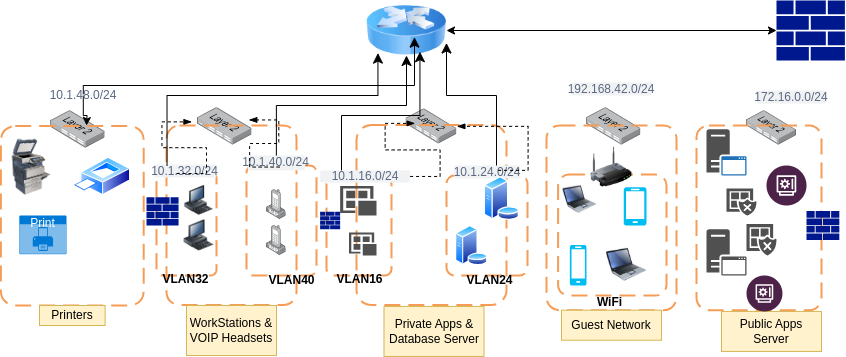
MwarumbaH-5523/Secured_Networks_Topology keeps this draw.io diagram as secured_network_topology.drawio.png. Above is the earlier version. Source tidied: cells renumbered, new cells last; positions are measured from the earlier drawing's top-left corner, leaving out a move shared by most shapes.
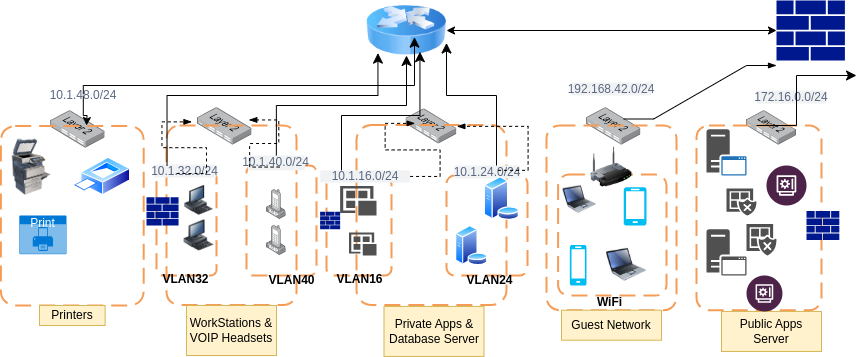
Later version of the same file.

The edit, as a diff of the source:
```diff
@@ -248,5 +248,24 @@
         <mxPoint x="497.6" y="169.8" as="sourcePoint" />
       </mxGeometry>
     </mxCell>
+    <mxCell id="72" style="edgeStyle=entityRelationEdgeStyle;fontSize=12;html=1;endArrow=blockThin;endFill=1;startArrow=none;rounded=0;startFill=0;" parent="1" edge="1">
+      <mxGeometry relative="1" as="geometry">
+        <mxPoint x="623.2" y="118.5" as="sourcePoint" />
+        <mxPoint x="776" y="65" as="targetPoint" />
+        <Array as="points">
+          <mxPoint x="676" y="119" />
+          <mxPoint x="653.2" y="88.5" />
+        </Array>
+      </mxGeometry>
+    </mxCell>
+    <mxCell id="73" style="edgeStyle=elbowEdgeStyle;elbow=horizontal;endArrow=classic;html=1;curved=0;rounded=0;endSize=8;startSize=8;" parent="1" edge="1">
+      <mxGeometry relative="1" as="geometry">
+        <mxPoint x="756" y="125" as="sourcePoint" />
+        <mxPoint x="856" y="75" as="targetPoint" />
+        <Array as="points">
+          <mxPoint x="796" y="95" />
+        </Array>
+      </mxGeometry>
+    </mxCell>
   </root>
 </mxGraphModel>
```
